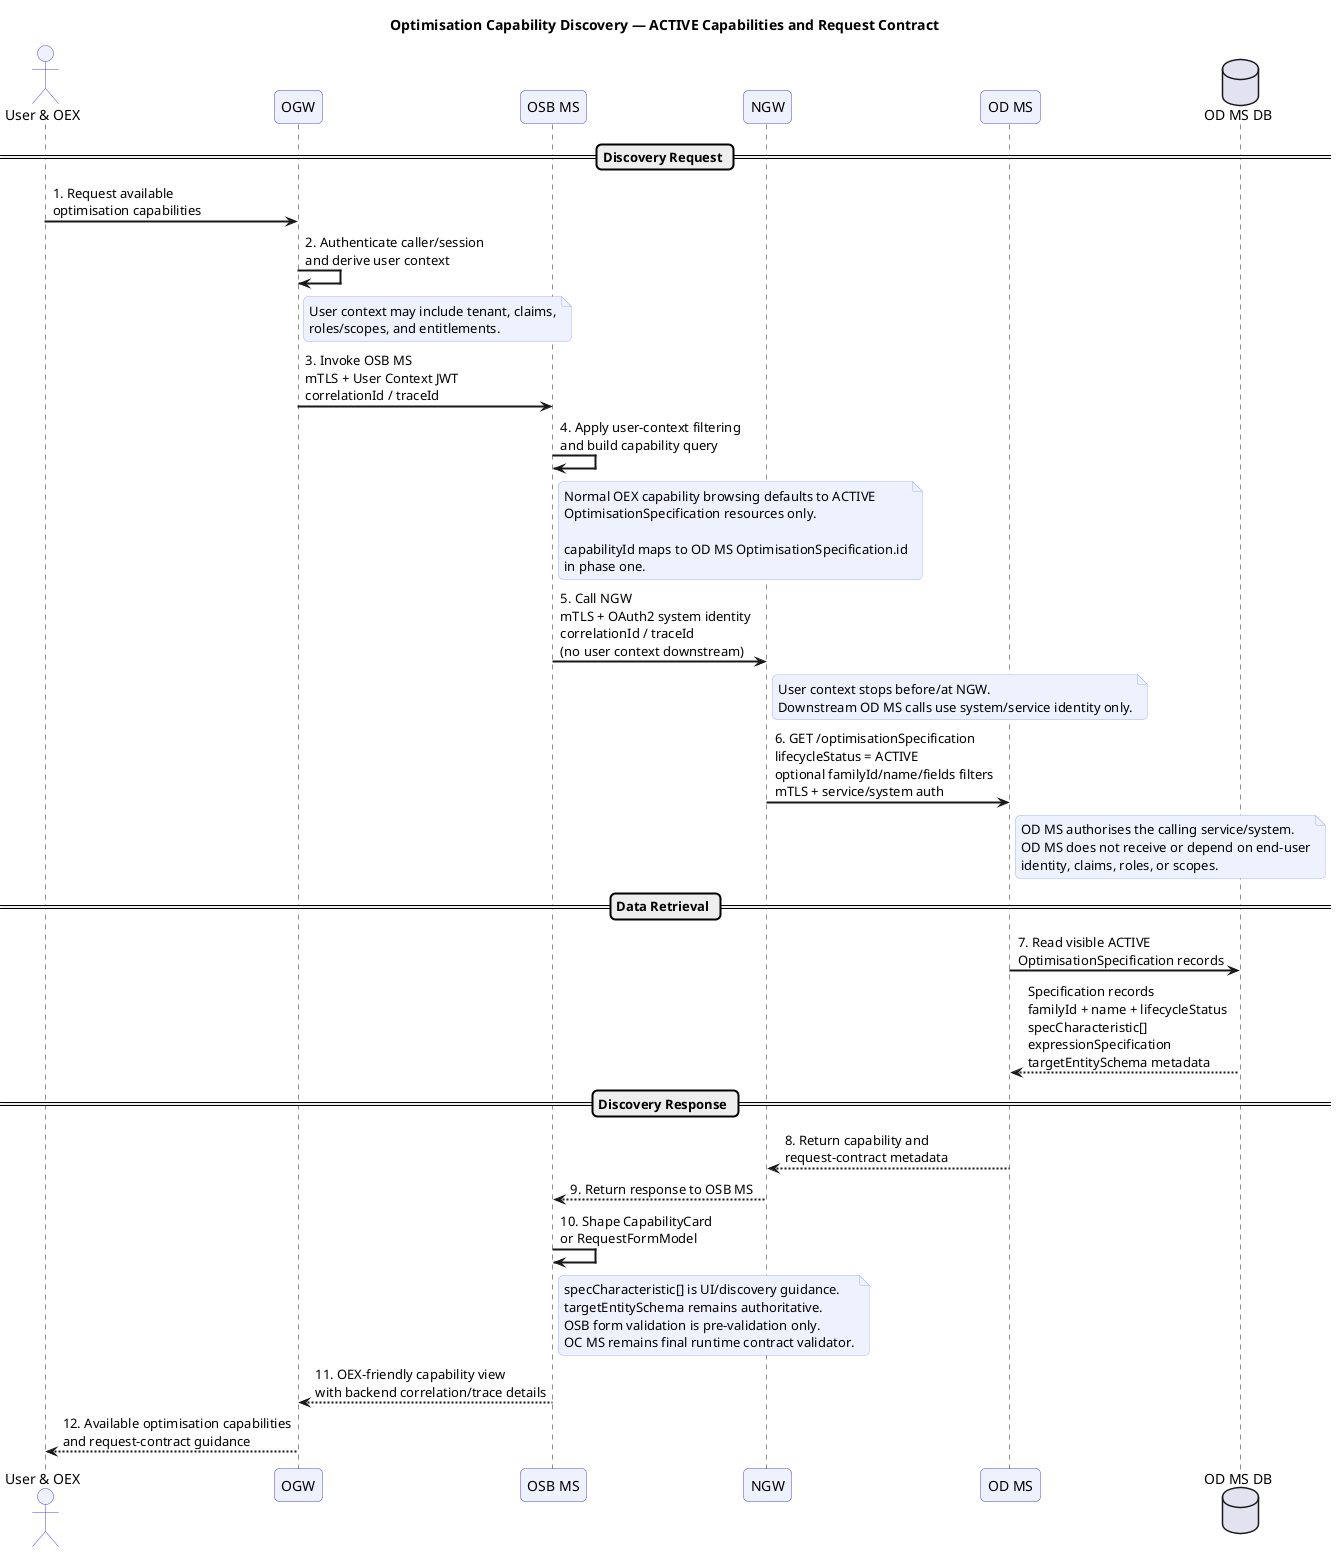
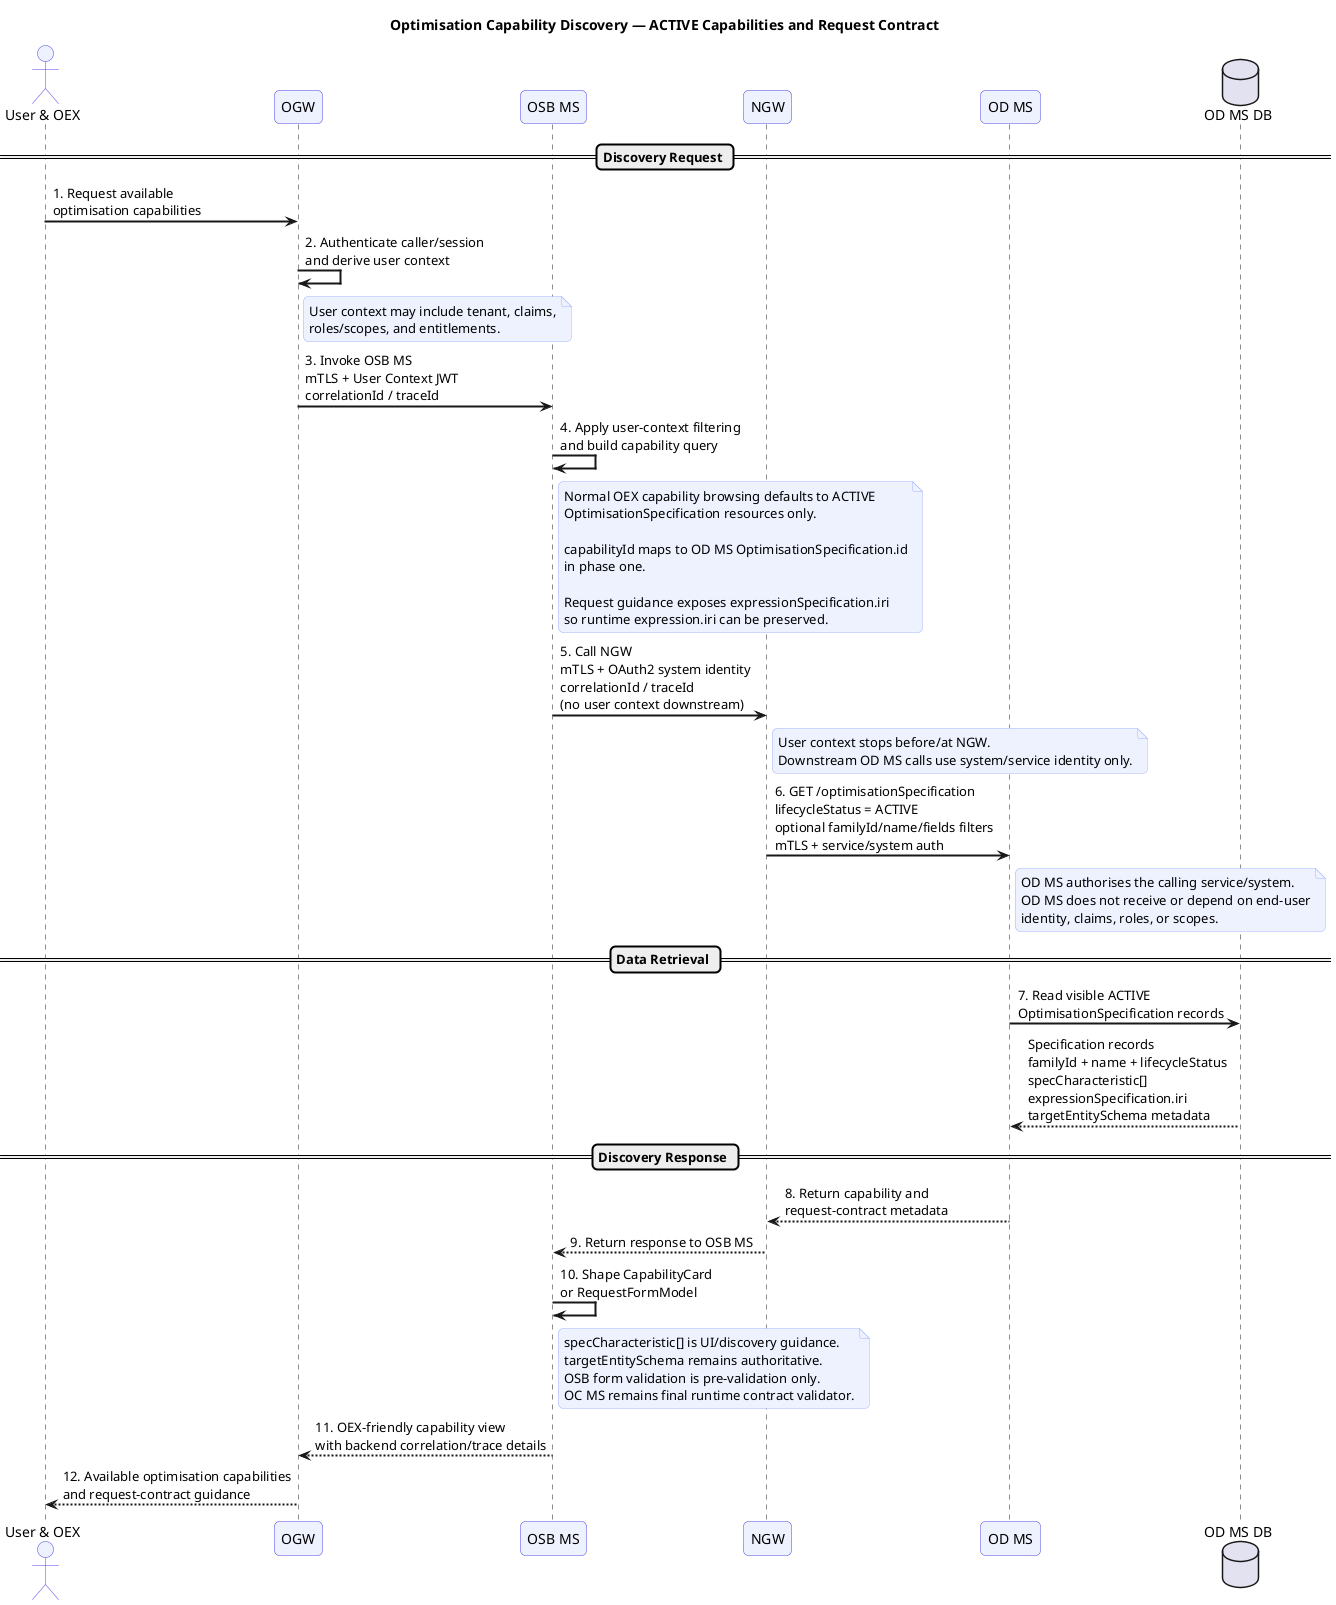
@startuml
title Optimisation Capability Discovery — ACTIVE Capabilities and Request Contract

skinparam sequenceArrowThickness 2
skinparam roundcorner 10
skinparam sequenceParticipantBackgroundColor #EEF2FF
skinparam sequenceParticipantBorderColor #4F46E5
skinparam sequenceActorBackgroundColor #EEF2FF
skinparam sequenceActorBorderColor #4F46E5
skinparam noteBorderColor #A5B4FC
skinparam noteBackgroundColor #EEF2FF

actor "User & OEX" as Caller
participant "OGW" as OGW
participant "OSB MS" as OSB
participant "NGW" as NGW
participant "OD MS" as ODMS
database "OD MS DB" as ODDB

== Discovery Request ==

Caller -> OGW : 1. Request available\noptimisation capabilities
OGW -> OGW : 2. Authenticate caller/session\nand derive user context

note right of OGW
User context may include tenant, claims,
roles/scopes, and entitlements.
end note

OGW -> OSB : 3. Invoke OSB MS\nmTLS + User Context JWT\ncorrelationId / traceId

OSB -> OSB : 4. Apply user-context filtering\nand build capability query

note right of OSB
Normal OEX capability browsing defaults to ACTIVE
OptimisationSpecification resources only.

capabilityId maps to OD MS OptimisationSpecification.id
in phase one.
+ 
+ Request guidance exposes expressionSpecification.iri
+ so runtime expression.iri can be preserved.
end note

OSB -> NGW : 5. Call NGW\nmTLS + OAuth2 system identity\ncorrelationId / traceId\n(no user context downstream)

note right of NGW
User context stops before/at NGW.
Downstream OD MS calls use system/service identity only.
end note

NGW -> ODMS : 6. GET /optimisationSpecification\nlifecycleStatus = ACTIVE\noptional familyId/name/fields filters\nmTLS + service/system auth

note right of ODMS
OD MS authorises the calling service/system.
OD MS does not receive or depend on end-user
identity, claims, roles, or scopes.
end note

== Data Retrieval ==

ODMS -> ODDB : 7. Read visible ACTIVE\nOptimisationSpecification records
- ODDB --> ODMS : Specification records\nfamilyId + name + lifecycleStatus\nspecCharacteristic[]\nexpressionSpecification\ntargetEntitySchema metadata
+ ODDB --> ODMS : Specification records\nfamilyId + name + lifecycleStatus\nspecCharacteristic[]\nexpressionSpecification.iri\ntargetEntitySchema metadata

== Discovery Response ==

ODMS --> NGW : 8. Return capability and\nrequest-contract metadata
NGW --> OSB : 9. Return response to OSB MS

OSB -> OSB : 10. Shape CapabilityCard\nor RequestFormModel

note right of OSB
specCharacteristic[] is UI/discovery guidance.
targetEntitySchema remains authoritative.
OSB form validation is pre-validation only.
OC MS remains final runtime contract validator.
end note

OSB --> OGW : 11. OEX-friendly capability view\nwith backend correlation/trace details
OGW --> Caller : 12. Available optimisation capabilities\nand request-contract guidance

@enduml
